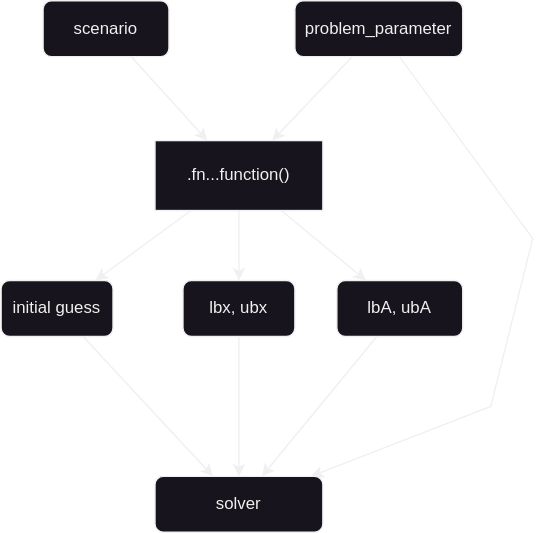
The draw.io diagram doc/variable-process-overview.svg in ludwigkr/optimization-design-library, before a commit. Source tidied: cells renumbered, new cells last; positions are measured from the earlier drawing's top-left corner, leaving out a move shared by most shapes.
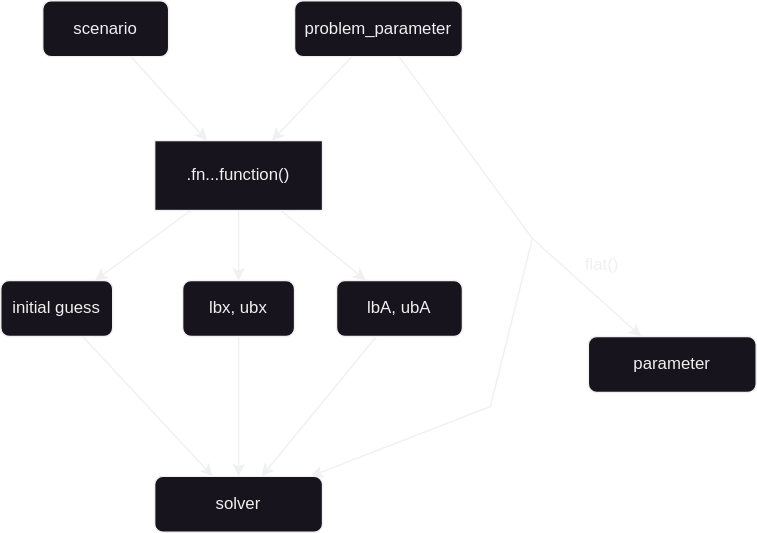
The same diagram one commit later.

What changed in the source:
```diff
@@ -55,5 +55,16 @@
         </Array>
       </mxGeometry>
     </mxCell>
+    <mxCell id="18" value="parameter" style="rounded=1;whiteSpace=wrap;html=1;" parent="1" vertex="1">
+      <mxGeometry x="420" y="240" width="120" height="40" as="geometry" />
+    </mxCell>
+    <mxCell id="19" style="endArrow=classic;html=1;rounded=0;" parent="1" edge="1" target="18">
+      <mxGeometry relative="1" as="geometry">
+        <mxPoint x="380" y="170" as="sourcePoint" />
+      </mxGeometry>
+    </mxCell>
+    <mxCell id="20" value="flat()" style="text;html=1;strokeColor=none;fillColor=none;align=center;verticalAlign=middle;whiteSpace=wrap;rounded=0;" parent="1" vertex="1">
+      <mxGeometry x="400" y="174" width="60" height="30" as="geometry" />
+    </mxCell>
   </root>
 </mxGraphModel>
```
